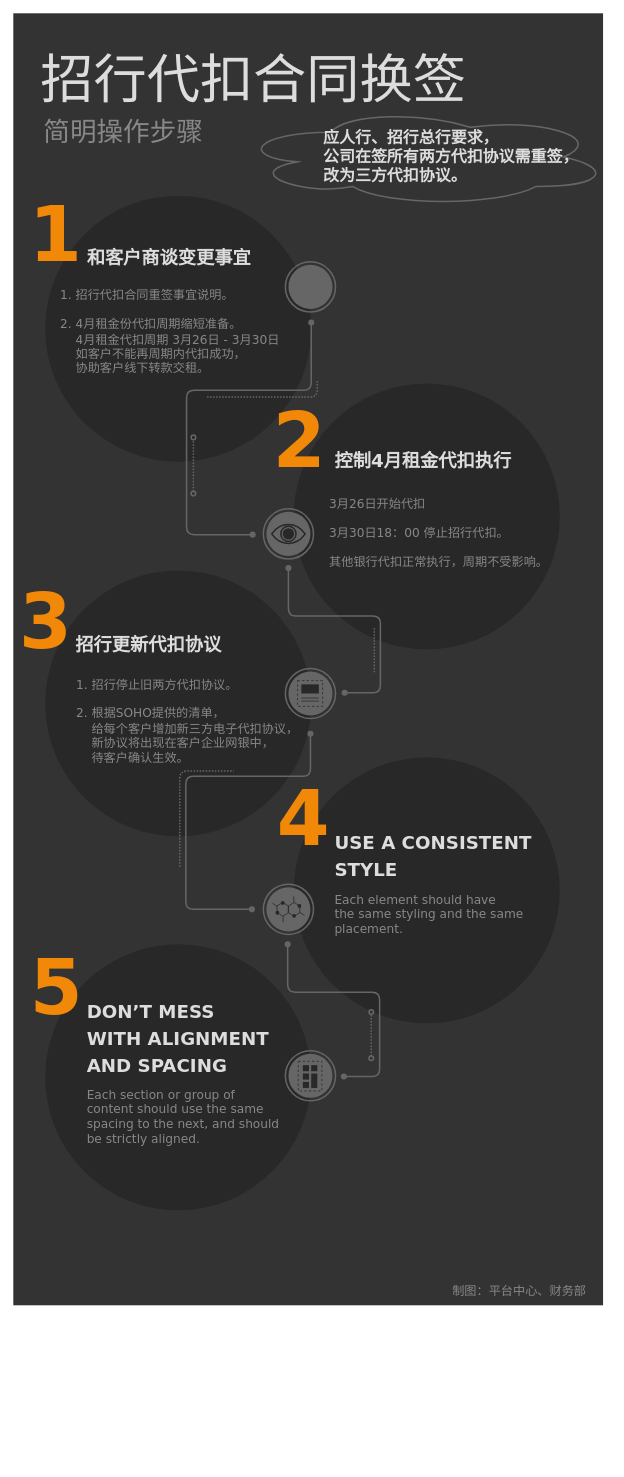
Before: graphs/Untitled Diagram.drawio in leichong2019/MyBooks, a draw.io diagram. Source tidied: cells renumbered, new cells numbered last; positions are measured from the earlier drawing's top-left corner, leaving out a move shared by most shapes. Both pictures are drawn from the tidied source at 76%, with x=0, y=0 at pixel (13, 13).
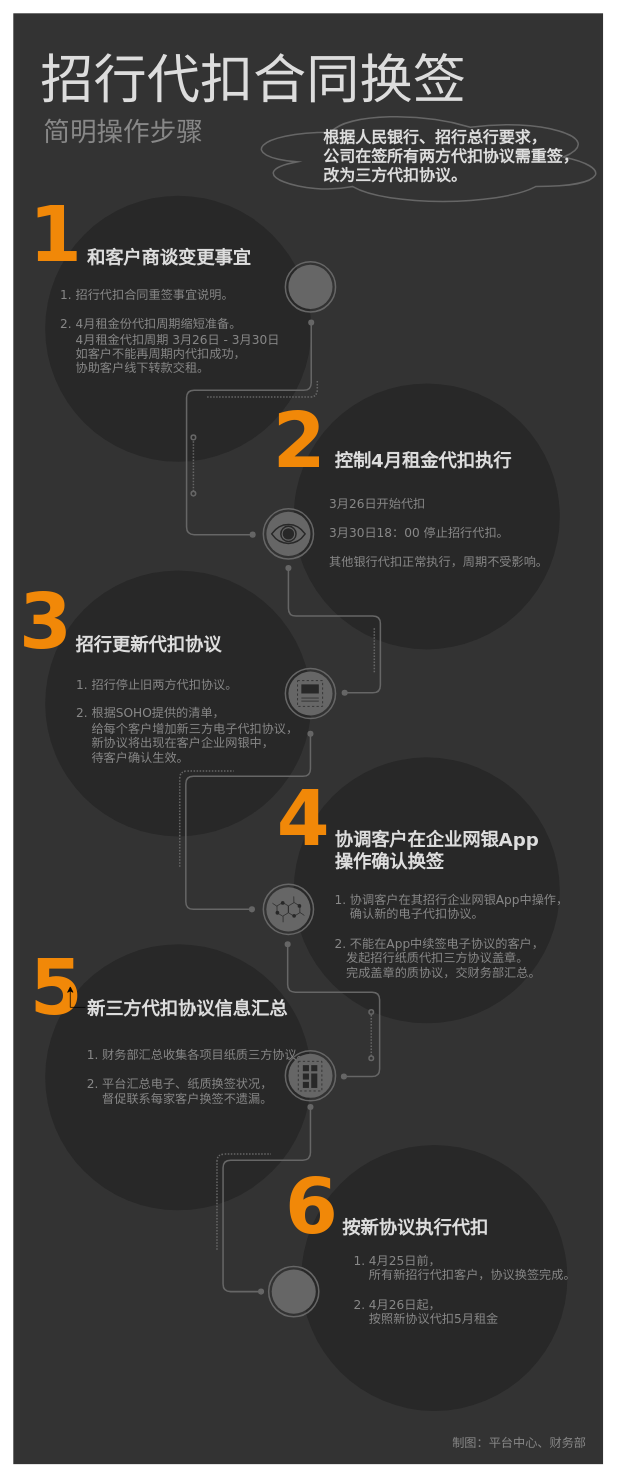
Above is the later version.

Unchanged cells that the change refers to:
```xml
<mxCell id="10" value="5" style="text;html=1;points=[];align=left;verticalAlign=top;spacingTop=-4;fontSize=100;fontFamily=Verdana;fontColor=#F18808;fontStyle=1;" parent="1" vertex="1">
  <mxGeometry x="20" y="1220" width="74" height="120" as="geometry" />
</mxCell>
```

Change to the diagram source:
```diff
@@
     <mxCell id="2" style="whiteSpace=wrap;html=1;strokeColor=none;fillColor=#333333;fontFamily=Verdana;fontSize=24;fontColor=#FFFFFF;align=center;" parent="1" vertex="1">
-      <mxGeometry width="776" height="1700" as="geometry" />
+      <mxGeometry width="776" height="1909" as="geometry" />
     </mxCell>
@@
-    <mxCell id="15" value="&lt;div style=&quot;line-height: 150%&quot;&gt;USE A CONSISTENT&amp;nbsp;&lt;br&gt;&lt;span&gt;STYLE&lt;/span&gt;&lt;/div&gt;" style="text;html=1;align=left;verticalAlign=top;spacingTop=-4;fontSize=24;fontFamily=Verdana;fontColor=#DDDDDD;fontStyle=1;" parent="1" vertex="1">
-      <mxGeometry x="421" y="1071" width="270" height="70" as="geometry" />
+    <mxCell id="15" value="&lt;div&gt;协调客户在企业网银App&lt;/div&gt;&lt;div&gt;操作确认换签&lt;/div&gt;" style="text;html=1;align=left;verticalAlign=top;spacingTop=-4;fontSize=24;fontFamily=Verdana;fontColor=#DDDDDD;fontStyle=1;" parent="1" vertex="1">
+      <mxGeometry x="421" y="1071" width="280" height="60" as="geometry" />
     </mxCell>
+    <mxCell id="78" style="edgeStyle=orthogonalEdgeStyle;rounded=0;jettySize=auto;html=1;fontSize=21;" parent="1" edge="1" source="16" target="10">
+      <mxGeometry relative="1" as="geometry" />
+    </mxCell>
-    <mxCell id="16" value="&lt;div style=&quot;line-height: 150%&quot;&gt;DON’T MESS&amp;nbsp;&lt;br&gt;&lt;span&gt;WITH ALIGNMENT&amp;nbsp;&lt;br&gt;&lt;/span&gt;&lt;span&gt;AND SPACING&lt;/span&gt;&lt;/div&gt;" style="text;html=1;points=[];align=left;verticalAlign=top;spacingTop=-4;fontSize=24;fontFamily=Verdana;fontColor=#DDDDDD;fontStyle=1;" parent="1" vertex="1">
-      <mxGeometry x="95" y="1293" width="240" height="110" as="geometry" />
+    <mxCell id="16" value="新三方代扣协议信息汇总" style="text;html=1;points=[];align=left;verticalAlign=top;spacingTop=-4;fontSize=24;fontFamily=Verdana;fontColor=#DDDDDD;fontStyle=1;" parent="1" vertex="1">
+      <mxGeometry x="95" y="1293" width="280" height="30" as="geometry" />
     </mxCell>
@@
-    <mxCell id="19" value="Each element should have&lt;br&gt;the same styling and the same&lt;br&gt;placement.&lt;br&gt;" style="text;html=1;align=left;verticalAlign=top;spacingTop=-4;fontSize=16;fontColor=#888888;fontFamily=Verdana;" parent="1" vertex="1">
-      <mxGeometry x="421" y="1154" width="260" height="60" as="geometry" />
+    <mxCell id="19" value="&lt;div&gt;1. 协调客户在其招行企业网银App中操作，&lt;/div&gt;&lt;div&gt;&amp;nbsp;&amp;nbsp;&amp;nbsp; 确认新的电子代扣协议。&lt;/div&gt;&lt;div&gt;&lt;br&gt;&lt;/div&gt;&lt;div&gt;2. 不能在App中续签电子协议的客户，&lt;/div&gt;&lt;div&gt;&amp;nbsp;&amp;nbsp; 发起招行纸质代扣三方协议盖章。&lt;/div&gt;&lt;div&gt;&amp;nbsp;&amp;nbsp; 完成盖章的质协议，交财务部汇总。&lt;br&gt; &lt;/div&gt;" style="text;html=1;align=left;verticalAlign=top;spacingTop=-4;fontSize=16;fontColor=#888888;fontFamily=Verdana;rotation=0;" parent="1" vertex="1">
+      <mxGeometry x="421" y="1154" width="320" height="120" as="geometry" />
     </mxCell>
-    <mxCell id="20" value="Each section or group of&lt;br&gt;content should use the same&lt;br&gt;spacing to the next, and should&lt;br&gt;be strictly aligned." style="text;html=1;align=left;verticalAlign=top;spacingTop=-4;fontSize=16;fontColor=#888888;fontFamily=Verdana;" parent="1" vertex="1">
-      <mxGeometry x="95" y="1411" width="265" height="73" as="geometry" />
+    <mxCell id="20" value="&lt;div&gt;1. 财务部汇总收集各项目纸质三方协议。&lt;/div&gt;&lt;div&gt;&lt;br&gt;&lt;/div&gt;&lt;div&gt;2. 平台汇总电子、纸质换签状况，&lt;/div&gt;&lt;div&gt;&amp;nbsp;&amp;nbsp;&amp;nbsp; 督促联系每家客户换签不遗漏。&lt;/div&gt;&lt;div&gt;&lt;br&gt;&lt;/div&gt;&lt;div&gt;&lt;br&gt;&lt;/div&gt;" style="text;html=1;align=left;verticalAlign=top;spacingTop=-4;fontSize=16;fontColor=#888888;fontFamily=Verdana;" parent="1" vertex="1">
+      <mxGeometry x="95" y="1358" width="310" height="120" as="geometry" />
     </mxCell>
     <mxCell id="21" value="制图：平台中心、财务部" style="text;html=1;align=left;verticalAlign=top;spacingTop=-4;fontSize=16;fontColor=#888888;fontFamily=Verdana;" parent="1" vertex="1">
-      <mxGeometry x="576" y="1669" width="190" height="20" as="geometry" />
+      <mxGeometry x="576" y="1869" width="190" height="20" as="geometry" />
     </mxCell>
@@
-    <mxCell id="71" value="&lt;div style=&quot;font-size: 21px;&quot;&gt;应人行、招行总行要求，&lt;/div&gt;&lt;div style=&quot;font-size: 21px;&quot;&gt;&lt;font style=&quot;font-size: 21px;&quot;&gt;公司在签所有两方代扣协议需重签，&lt;/font&gt;&lt;/div&gt;&lt;div style=&quot;font-size: 21px;&quot;&gt;&lt;font style=&quot;font-size: 21px;&quot;&gt;改为三方代扣协议。&lt;/font&gt;&lt;/div&gt;" style="text;html=1;align=left;verticalAlign=top;spacingTop=-4;fontSize=21;fontFamily=Verdana;fontColor=#DDDDDD;fontStyle=1;" parent="1" vertex="1">
+    <mxCell id="71" value="&lt;div style=&quot;font-size: 21px&quot;&gt;根据人民银行、招行总行要求，&lt;/div&gt;&lt;div style=&quot;font-size: 21px&quot;&gt;&lt;font style=&quot;font-size: 21px&quot;&gt;公司在签所有两方代扣协议需重签，&lt;/font&gt;&lt;/div&gt;&lt;div style=&quot;font-size: 21px&quot;&gt;&lt;font style=&quot;font-size: 21px&quot;&gt;改为三方代扣协议。&lt;/font&gt;&lt;/div&gt;" style="text;html=1;align=left;verticalAlign=top;spacingTop=-4;fontSize=21;fontFamily=Verdana;fontColor=#DDDDDD;fontStyle=1;" parent="1" vertex="1">
       <mxGeometry x="406" y="148.5" width="350" height="80" as="geometry" />
     </mxCell>
@@
+    <mxCell id="79" style="ellipse;whiteSpace=wrap;html=1;fontFamily=Verdana;fontSize=16;fontColor=#DDDDDD;strokeColor=none;fillColor=#282828;" parent="1" vertex="1">
+      <mxGeometry x="379" y="1489" width="350" height="350" as="geometry" />
+    </mxCell>
+    <mxCell id="80" style="group;" parent="1" vertex="1">
+      <mxGeometry x="356" y="1509" width="355" height="120" as="geometry" />
+    </mxCell>
+    <mxCell id="81" value="6" style="text;html=1;align=left;verticalAlign=top;spacingTop=-4;fontSize=100;fontFamily=Verdana;fontColor=#F18808;fontStyle=1;" parent="80" vertex="1">
+      <mxGeometry width="90" height="120" as="geometry" />
+    </mxCell>
+    <mxCell id="82" value="按新协议执行代扣" style="text;html=1;align=left;verticalAlign=top;spacingTop=-4;fontSize=24;fontFamily=Verdana;fontColor=#DDDDDD;fontStyle=1;" parent="80" vertex="1">
+      <mxGeometry x="75" y="73" width="210" height="30" as="geometry" />
+    </mxCell>
+    <mxCell id="83" style="group;" parent="1" vertex="1">
+      <mxGeometry x="336" y="1649" width="66" height="66" as="geometry" />
+    </mxCell>
+    <mxCell id="84" style="ellipse;whiteSpace=wrap;html=1;fillColor=none;fontFamily=Verdana;fontSize=16;fontColor=#DDDDDD;strokeColor=#666666;strokeWidth=2;" parent="83" vertex="1">
+      <mxGeometry width="66" height="66" as="geometry" />
+    </mxCell>
+    <mxCell id="85" style="ellipse;whiteSpace=wrap;html=1;fillColor=#666666;fontFamily=Verdana;fontSize=16;fontColor=#DDDDDD;strokeColor=none;" parent="83" vertex="1">
+      <mxGeometry x="4" y="4" width="58" height="58" as="geometry" />
+    </mxCell>
+    <mxCell id="86" style="endArrow=oval;html=1;strokeColor=#666666;fontFamily=Verdana;fontSize=16;fontColor=#DDDDDD;endFill=1;rounded=1;endSize=6;startArrow=oval;startFill=1;strokeWidth=2;" parent="1" edge="1">
+      <mxGeometry x="1061" y="1266" as="geometry">
+        <mxPoint x="326" y="1682" as="sourcePoint" />
+        <mxPoint x="391" y="1439" as="targetPoint" />
+        <Array as="points">
+          <mxPoint x="276" y="1682" />
+          <mxPoint x="276" y="1509" />
+          <mxPoint x="391" y="1509" />
+        </Array>
+      </mxGeometry>
+    </mxCell>
+    <mxCell id="87" style="endArrow=none;html=1;strokeColor=#666666;fontFamily=Verdana;fontSize=16;fontColor=#DDDDDD;endFill=0;rounded=1;endSize=6;startArrow=none;startFill=0;strokeWidth=2;dashed=1;dashPattern=1 1;" parent="1" edge="1">
+      <mxGeometry x="955" y="1508" as="geometry">
+        <mxPoint x="268" y="1627" as="sourcePoint" />
+        <mxPoint x="339" y="1501" as="targetPoint" />
+        <Array as="points">
+          <mxPoint x="268" y="1501" />
+        </Array>
+      </mxGeometry>
+    </mxCell>
+    <mxCell id="88" value="&lt;div&gt;1. 4月25日前，&lt;/div&gt;&lt;div&gt;&amp;nbsp;&amp;nbsp;&amp;nbsp; 所有新招行代扣客户，协议换签完成。&lt;/div&gt;&lt;div&gt;&lt;br&gt;&lt;/div&gt;&lt;div&gt;2. 4月26日起，&lt;/div&gt;&lt;div&gt;&amp;nbsp;&amp;nbsp;&amp;nbsp; 按照新协议代扣5月租金&lt;br&gt;&lt;/div&gt;" style="text;html=1;align=left;verticalAlign=top;spacingTop=-4;fontSize=16;fontColor=#888888;fontFamily=Verdana;" parent="1" vertex="1">
+      <mxGeometry x="446" y="1629" width="310" height="100" as="geometry" />
+    </mxCell>
```
